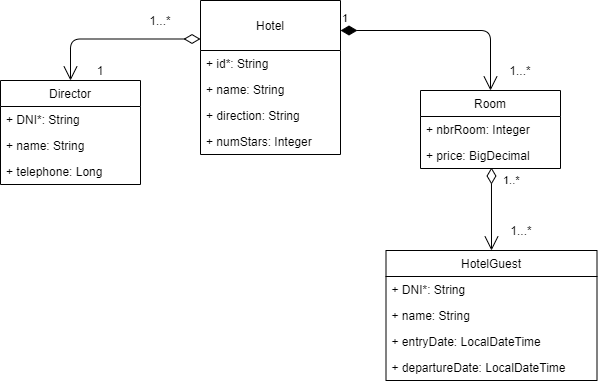
The draw.io diagram docs/hotel.models.png in miw-upm/apaw-practice, before a commit. Source tidied: cells renumbered, new cells last; positions are measured from the earlier drawing's top-left corner, leaving out a move shared by most shapes. The source it was exported from:
```xml
<mxGraphModel>
  <root>
    <mxCell id="0" />
    <mxCell id="1" parent="0" />
    <mxCell id="2" value="Hotel" style="swimlane;fontStyle=0;horizontal=1;startSize=50;fillColor=none;hachureGap=4;" parent="1" vertex="1">
      <mxGeometry x="200" width="140" height="154" as="geometry" />
    </mxCell>
    <mxCell id="3" value="+ id*: String" style="text;strokeColor=none;fillColor=none;align=left;verticalAlign=top;spacingLeft=4;spacingRight=4;overflow=hidden;" parent="2" vertex="1">
      <mxGeometry y="50" width="140" height="26" as="geometry" />
    </mxCell>
    <mxCell id="4" value="+ name: String" style="text;strokeColor=none;fillColor=none;align=left;verticalAlign=top;spacingLeft=4;spacingRight=4;overflow=hidden;" parent="2" vertex="1">
      <mxGeometry y="76" width="140" height="26" as="geometry" />
    </mxCell>
    <mxCell id="5" value="+ direction: String" style="text;strokeColor=none;fillColor=none;align=left;verticalAlign=top;spacingLeft=4;spacingRight=4;overflow=hidden;" parent="2" vertex="1">
      <mxGeometry y="102" width="140" height="26" as="geometry" />
    </mxCell>
    <mxCell id="6" value="+ numStars: Integer" style="text;strokeColor=none;fillColor=none;align=left;verticalAlign=top;spacingLeft=4;spacingRight=4;overflow=hidden;" parent="2" vertex="1">
      <mxGeometry y="128" width="140" height="26" as="geometry" />
    </mxCell>
    <mxCell id="7" value="Director" style="swimlane;fontStyle=0;horizontal=1;startSize=26;fillColor=none;hachureGap=4;" parent="1" vertex="1">
      <mxGeometry y="80" width="140" height="104" as="geometry" />
    </mxCell>
    <mxCell id="8" value="+ DNI*: String" style="text;strokeColor=none;fillColor=none;align=left;verticalAlign=top;spacingLeft=4;spacingRight=4;overflow=hidden;" parent="7" vertex="1">
      <mxGeometry y="26" width="140" height="26" as="geometry" />
    </mxCell>
    <mxCell id="9" value="+ name: String" style="text;strokeColor=none;fillColor=none;align=left;verticalAlign=top;spacingLeft=4;spacingRight=4;overflow=hidden;" parent="7" vertex="1">
      <mxGeometry y="52" width="140" height="26" as="geometry" />
    </mxCell>
    <mxCell id="10" value="+ telephone: Long" style="text;strokeColor=none;fillColor=none;align=left;verticalAlign=top;spacingLeft=4;spacingRight=4;overflow=hidden;" parent="7" vertex="1">
      <mxGeometry y="78" width="140" height="26" as="geometry" />
    </mxCell>
    <mxCell id="11" value="HotelGuest" style="swimlane;fontStyle=0;horizontal=1;startSize=26;fillColor=none;hachureGap=4;" parent="1" vertex="1">
      <mxGeometry x="385.5" y="250" width="211" height="130" as="geometry" />
    </mxCell>
    <mxCell id="12" value="+ DNI*: String" style="text;strokeColor=none;fillColor=none;align=left;verticalAlign=top;spacingLeft=4;spacingRight=4;overflow=hidden;" parent="11" vertex="1">
      <mxGeometry y="26" width="211" height="26" as="geometry" />
    </mxCell>
    <mxCell id="13" value="+ name: String" style="text;strokeColor=none;fillColor=none;align=left;verticalAlign=top;spacingLeft=4;spacingRight=4;overflow=hidden;" parent="11" vertex="1">
      <mxGeometry y="52" width="211" height="26" as="geometry" />
    </mxCell>
    <mxCell id="14" value="+ entryDate: LocalDateTime" style="text;strokeColor=none;fillColor=none;align=left;verticalAlign=top;spacingLeft=4;spacingRight=4;overflow=hidden;" parent="11" vertex="1">
      <mxGeometry y="78" width="211" height="26" as="geometry" />
    </mxCell>
    <mxCell id="15" value="+ departureDate: LocalDateTime" style="text;strokeColor=none;fillColor=none;align=left;verticalAlign=top;spacingLeft=4;spacingRight=4;overflow=hidden;" parent="11" vertex="1">
      <mxGeometry y="104" width="211" height="26" as="geometry" />
    </mxCell>
    <mxCell id="16" value="Room" style="swimlane;fontStyle=0;horizontal=1;startSize=26;fillColor=none;hachureGap=4;" parent="1" vertex="1">
      <mxGeometry x="420" y="90" width="140" height="78" as="geometry" />
    </mxCell>
    <mxCell id="17" value="+ nbrRoom: Integer" style="text;strokeColor=none;fillColor=none;align=left;verticalAlign=top;spacingLeft=4;spacingRight=4;overflow=hidden;" parent="16" vertex="1">
      <mxGeometry y="26" width="140" height="26" as="geometry" />
    </mxCell>
    <mxCell id="18" value="+ price: BigDecimal" style="text;strokeColor=none;fillColor=none;align=left;verticalAlign=top;spacingLeft=4;spacingRight=4;overflow=hidden;points=[[0,0.5],[1,0.5]];portConstraint=eastwest;" parent="16" vertex="1">
      <mxGeometry y="52" width="140" height="26" as="geometry" />
    </mxCell>
    <mxCell id="19" value="1...*" style="text;html=1;strokeColor=none;fillColor=none;align=center;verticalAlign=middle;whiteSpace=wrap;rounded=0;hachureGap=4;" parent="1" vertex="1">
      <mxGeometry x="500" y="60" width="40" height="20" as="geometry" />
    </mxCell>
    <mxCell id="20" style="endArrow=open;html=1;endSize=12;startArrow=diamondThin;startSize=14;startFill=0;edgeStyle=orthogonalEdgeStyle;sourcePerimeterSpacing=8;targetPerimeterSpacing=8;entryX=0.5;entryY=0;entryDx=0;entryDy=0;exitX=0.507;exitY=0.962;exitDx=0;exitDy=0;exitPerimeter=0;" parent="1" edge="1" source="18" target="11">
      <mxGeometry relative="1" as="geometry" />
    </mxCell>
    <mxCell id="21" value="1..*" style="edgeLabel;html=1;align=left;verticalAlign=top;" parent="20" vertex="1">
      <mxGeometry x="-1" relative="1" as="geometry">
        <mxPoint x="10" as="offset" />
      </mxGeometry>
    </mxCell>
    <mxCell id="22" value="1...*" style="text;html=1;strokeColor=none;fillColor=none;align=center;verticalAlign=middle;whiteSpace=wrap;rounded=0;hachureGap=4;" parent="1" vertex="1">
      <mxGeometry x="501" y="220" width="40" height="20" as="geometry" />
    </mxCell>
    <mxCell id="23" value="1...*" style="text;html=1;strokeColor=none;fillColor=none;align=center;verticalAlign=middle;whiteSpace=wrap;rounded=0;hachureGap=4;" parent="1" vertex="1">
      <mxGeometry x="140" y="10" width="40" height="20" as="geometry" />
    </mxCell>
    <mxCell id="24" value="1" style="text;html=1;strokeColor=none;fillColor=none;align=center;verticalAlign=middle;whiteSpace=wrap;rounded=0;hachureGap=4;" parent="1" vertex="1">
      <mxGeometry x="80" y="60" width="40" height="20" as="geometry" />
    </mxCell>
    <mxCell id="25" style="endArrow=open;html=1;endSize=12;startArrow=diamondThin;startSize=14;startFill=0;edgeStyle=orthogonalEdgeStyle;sourcePerimeterSpacing=8;targetPerimeterSpacing=8;entryX=0.5;entryY=0;entryDx=0;entryDy=0;exitX=0;exitY=0.25;exitDx=0;exitDy=0;" parent="1" edge="1" source="2" target="7">
      <mxGeometry x="-0.16" y="-30" relative="1" as="geometry" />
    </mxCell>
    <mxCell id="26" value="1" style="endArrow=open;html=1;endSize=12;startArrow=diamondThin;startSize=14;startFill=1;edgeStyle=orthogonalEdgeStyle;align=left;verticalAlign=bottom;sourcePerimeterSpacing=8;targetPerimeterSpacing=8;entryX=0.5;entryY=0;entryDx=0;entryDy=0;" parent="1" edge="1" target="16">
      <mxGeometry x="-1" y="3" relative="1" as="geometry">
        <mxPoint x="340" y="30" as="sourcePoint" />
      </mxGeometry>
    </mxCell>
  </root>
</mxGraphModel>
```
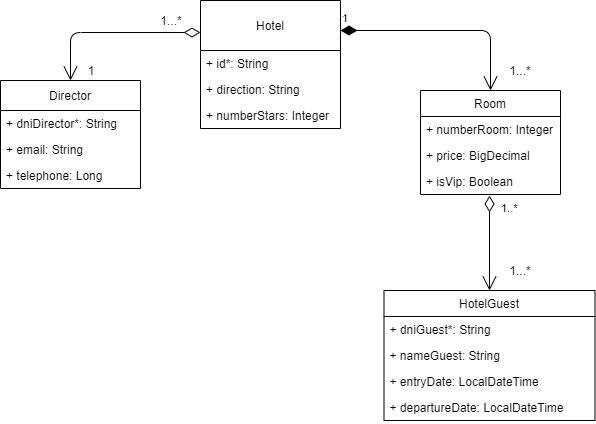
The same diagram one commit later.

Commit message:
Update Hotel Model #8

What changed in the source:
```diff
@@ -3,41 +3,38 @@
     <mxCell id="0" />
     <mxCell id="1" parent="0" />
     <mxCell id="2" value="Hotel" style="swimlane;fontStyle=0;horizontal=1;startSize=50;fillColor=none;hachureGap=4;" parent="1" vertex="1">
-      <mxGeometry x="200" width="140" height="154" as="geometry" />
+      <mxGeometry x="200" width="140" height="128" as="geometry" />
     </mxCell>
     <mxCell id="3" value="+ id*: String" style="text;strokeColor=none;fillColor=none;align=left;verticalAlign=top;spacingLeft=4;spacingRight=4;overflow=hidden;" parent="2" vertex="1">
       <mxGeometry y="50" width="140" height="26" as="geometry" />
     </mxCell>
-    <mxCell id="4" value="+ name: String" style="text;strokeColor=none;fillColor=none;align=left;verticalAlign=top;spacingLeft=4;spacingRight=4;overflow=hidden;" parent="2" vertex="1">
-      <mxGeometry y="76" width="140" height="26" as="geometry" />
-    </mxCell>
     <mxCell id="5" value="+ direction: String" style="text;strokeColor=none;fillColor=none;align=left;verticalAlign=top;spacingLeft=4;spacingRight=4;overflow=hidden;" parent="2" vertex="1">
-      <mxGeometry y="102" width="140" height="26" as="geometry" />
+      <mxGeometry y="76" width="140" height="26" as="geometry" />
     </mxCell>
-    <mxCell id="6" value="+ numStars: Integer" style="text;strokeColor=none;fillColor=none;align=left;verticalAlign=top;spacingLeft=4;spacingRight=4;overflow=hidden;" parent="2" vertex="1">
-      <mxGeometry y="128" width="140" height="26" as="geometry" />
+    <mxCell id="6" value="+ numberStars: Integer" style="text;strokeColor=none;fillColor=none;align=left;verticalAlign=top;spacingLeft=4;spacingRight=4;overflow=hidden;" parent="2" vertex="1">
+      <mxGeometry y="102" width="140" height="26" as="geometry" />
     </mxCell>
-    <mxCell id="7" value="Director" style="swimlane;fontStyle=0;horizontal=1;startSize=26;fillColor=none;hachureGap=4;" parent="1" vertex="1">
-      <mxGeometry y="80" width="140" height="104" as="geometry" />
+    <mxCell id="7" value="Director" style="swimlane;fontStyle=0;horizontal=1;startSize=30;fillColor=none;hachureGap=4;" parent="1" vertex="1">
+      <mxGeometry y="80" width="140" height="108" as="geometry" />
     </mxCell>
-    <mxCell id="8" value="+ DNI*: String" style="text;strokeColor=none;fillColor=none;align=left;verticalAlign=top;spacingLeft=4;spacingRight=4;overflow=hidden;" parent="7" vertex="1">
-      <mxGeometry y="26" width="140" height="26" as="geometry" />
+    <mxCell id="8" value="+ dniDirector*: String" style="text;strokeColor=none;fillColor=none;align=left;verticalAlign=top;spacingLeft=4;spacingRight=4;overflow=hidden;" parent="7" vertex="1">
+      <mxGeometry y="30" width="140" height="26" as="geometry" />
     </mxCell>
-    <mxCell id="9" value="+ name: String" style="text;strokeColor=none;fillColor=none;align=left;verticalAlign=top;spacingLeft=4;spacingRight=4;overflow=hidden;" parent="7" vertex="1">
-      <mxGeometry y="52" width="140" height="26" as="geometry" />
-    </mxCell>
+    <mxCell id="27" value="+ email: String" style="text;strokeColor=none;fillColor=none;align=left;verticalAlign=top;spacingLeft=4;spacingRight=4;overflow=hidden;" parent="7" vertex="1">
+      <mxGeometry y="56" width="140" height="26" as="geometry" />
+    </mxCell>
     <mxCell id="10" value="+ telephone: Long" style="text;strokeColor=none;fillColor=none;align=left;verticalAlign=top;spacingLeft=4;spacingRight=4;overflow=hidden;" parent="7" vertex="1">
-      <mxGeometry y="78" width="140" height="26" as="geometry" />
+      <mxGeometry y="82" width="140" height="26" as="geometry" />
     </mxCell>
     <mxCell id="11" value="HotelGuest" style="swimlane;fontStyle=0;horizontal=1;startSize=26;fillColor=none;hachureGap=4;" parent="1" vertex="1">
-      <mxGeometry x="385.5" y="250" width="211" height="130" as="geometry" />
+      <mxGeometry x="383.5" y="290" width="211" height="130" as="geometry" />
     </mxCell>
-    <mxCell id="12" value="+ DNI*: String" style="text;strokeColor=none;fillColor=none;align=left;verticalAlign=top;spacingLeft=4;spacingRight=4;overflow=hidden;" parent="11" vertex="1">
+    <mxCell id="12" value="+ dniGuest*: String" style="text;strokeColor=none;fillColor=none;align=left;verticalAlign=top;spacingLeft=4;spacingRight=4;overflow=hidden;" parent="11" vertex="1">
       <mxGeometry y="26" width="211" height="26" as="geometry" />
     </mxCell>
-    <mxCell id="13" value="+ name: String" style="text;strokeColor=none;fillColor=none;align=left;verticalAlign=top;spacingLeft=4;spacingRight=4;overflow=hidden;" parent="11" vertex="1">
-      <mxGeometry y="52" width="211" height="26" as="geometry" />
-    </mxCell>
+    <mxCell id="28" value="+ nameGuest: String" style="text;strokeColor=none;fillColor=none;align=left;verticalAlign=top;spacingLeft=4;spacingRight=4;overflow=hidden;" parent="11" vertex="1">
+      <mxGeometry y="52" width="211" height="26" as="geometry" />
+    </mxCell>
     <mxCell id="14" value="+ entryDate: LocalDateTime" style="text;strokeColor=none;fillColor=none;align=left;verticalAlign=top;spacingLeft=4;spacingRight=4;overflow=hidden;" parent="11" vertex="1">
       <mxGeometry y="78" width="211" height="26" as="geometry" />
     </mxCell>
@@ -45,18 +42,21 @@
       <mxGeometry y="104" width="211" height="26" as="geometry" />
     </mxCell>
     <mxCell id="16" value="Room" style="swimlane;fontStyle=0;horizontal=1;startSize=26;fillColor=none;hachureGap=4;" parent="1" vertex="1">
-      <mxGeometry x="420" y="90" width="140" height="78" as="geometry" />
+      <mxGeometry x="420" y="90" width="140" height="104" as="geometry" />
     </mxCell>
-    <mxCell id="17" value="+ nbrRoom: Integer" style="text;strokeColor=none;fillColor=none;align=left;verticalAlign=top;spacingLeft=4;spacingRight=4;overflow=hidden;" parent="16" vertex="1">
+    <mxCell id="17" value="+ numberRoom: Integer" style="text;strokeColor=none;fillColor=none;align=left;verticalAlign=top;spacingLeft=4;spacingRight=4;overflow=hidden;" parent="16" vertex="1">
       <mxGeometry y="26" width="140" height="26" as="geometry" />
     </mxCell>
     <mxCell id="18" value="+ price: BigDecimal" style="text;strokeColor=none;fillColor=none;align=left;verticalAlign=top;spacingLeft=4;spacingRight=4;overflow=hidden;points=[[0,0.5],[1,0.5]];portConstraint=eastwest;" parent="16" vertex="1">
       <mxGeometry y="52" width="140" height="26" as="geometry" />
     </mxCell>
+    <mxCell id="29" value="+ isVip: Boolean" style="text;strokeColor=none;fillColor=none;align=left;verticalAlign=top;spacingLeft=4;spacingRight=4;overflow=hidden;points=[[0,0.5],[1,0.5]];portConstraint=eastwest;" parent="16" vertex="1">
+      <mxGeometry y="78" width="140" height="26" as="geometry" />
+    </mxCell>
     <mxCell id="19" value="1...*" style="text;html=1;strokeColor=none;fillColor=none;align=center;verticalAlign=middle;whiteSpace=wrap;rounded=0;hachureGap=4;" parent="1" vertex="1">
       <mxGeometry x="500" y="60" width="40" height="20" as="geometry" />
     </mxCell>
-    <mxCell id="20" style="endArrow=open;html=1;endSize=12;startArrow=diamondThin;startSize=14;startFill=0;edgeStyle=orthogonalEdgeStyle;sourcePerimeterSpacing=8;targetPerimeterSpacing=8;entryX=0.5;entryY=0;entryDx=0;entryDy=0;exitX=0.507;exitY=0.962;exitDx=0;exitDy=0;exitPerimeter=0;" parent="1" edge="1" source="18" target="11">
+    <mxCell id="20" style="endArrow=open;html=1;endSize=12;startArrow=diamondThin;startSize=14;startFill=0;edgeStyle=orthogonalEdgeStyle;sourcePerimeterSpacing=8;targetPerimeterSpacing=8;entryX=0.5;entryY=0;entryDx=0;entryDy=0;exitX=0.493;exitY=1.038;exitDx=0;exitDy=0;exitPerimeter=0;" parent="1" edge="1" source="29" target="11">
       <mxGeometry relative="1" as="geometry" />
     </mxCell>
     <mxCell id="21" value="1..*" style="edgeLabel;html=1;align=left;verticalAlign=top;" parent="20" vertex="1">
@@ -65,13 +65,13 @@
       </mxGeometry>
     </mxCell>
     <mxCell id="22" value="1...*" style="text;html=1;strokeColor=none;fillColor=none;align=center;verticalAlign=middle;whiteSpace=wrap;rounded=0;hachureGap=4;" parent="1" vertex="1">
-      <mxGeometry x="501" y="220" width="40" height="20" as="geometry" />
+      <mxGeometry x="500" y="250" width="40" height="40" as="geometry" />
     </mxCell>
     <mxCell id="23" value="1...*" style="text;html=1;strokeColor=none;fillColor=none;align=center;verticalAlign=middle;whiteSpace=wrap;rounded=0;hachureGap=4;" parent="1" vertex="1">
-      <mxGeometry x="140" y="10" width="40" height="20" as="geometry" />
+      <mxGeometry x="151" y="10" width="40" height="20" as="geometry" />
     </mxCell>
     <mxCell id="24" value="1" style="text;html=1;strokeColor=none;fillColor=none;align=center;verticalAlign=middle;whiteSpace=wrap;rounded=0;hachureGap=4;" parent="1" vertex="1">
-      <mxGeometry x="80" y="60" width="40" height="20" as="geometry" />
+      <mxGeometry x="71" y="60" width="40" height="20" as="geometry" />
     </mxCell>
     <mxCell id="25" style="endArrow=open;html=1;endSize=12;startArrow=diamondThin;startSize=14;startFill=0;edgeStyle=orthogonalEdgeStyle;sourcePerimeterSpacing=8;targetPerimeterSpacing=8;entryX=0.5;entryY=0;entryDx=0;entryDy=0;exitX=0;exitY=0.25;exitDx=0;exitDy=0;" parent="1" edge="1" source="2" target="7">
       <mxGeometry x="-0.16" y="-30" relative="1" as="geometry" />
```
